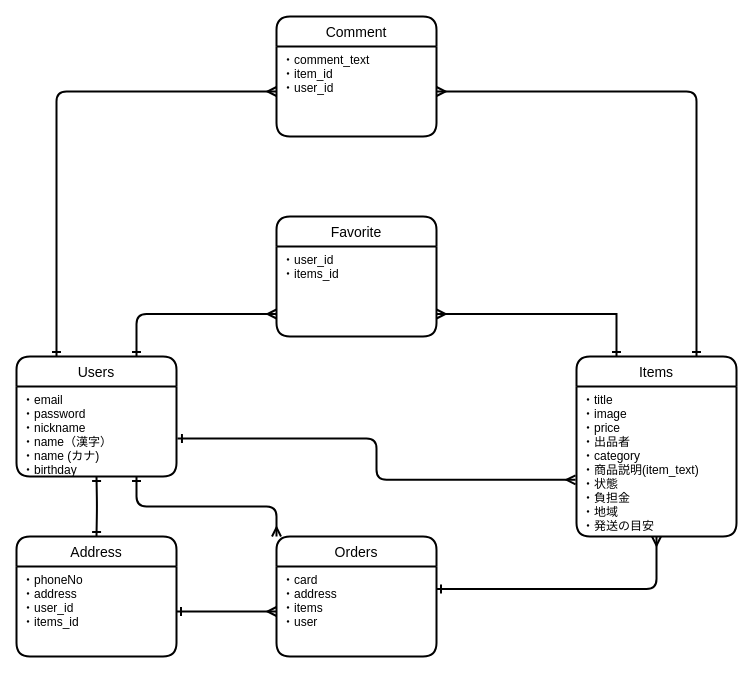
Earlier version of the draw.io diagram db.dio (zacky77-git/furima-32465). Source tidied: cells renumbered, new cells numbered last; positions are measured from the earlier drawing's top-left corner, leaving out a move shared by most shapes. Both pictures are drawn from the tidied source at 100%, with x=0, y=0 at pixel (16, 16).
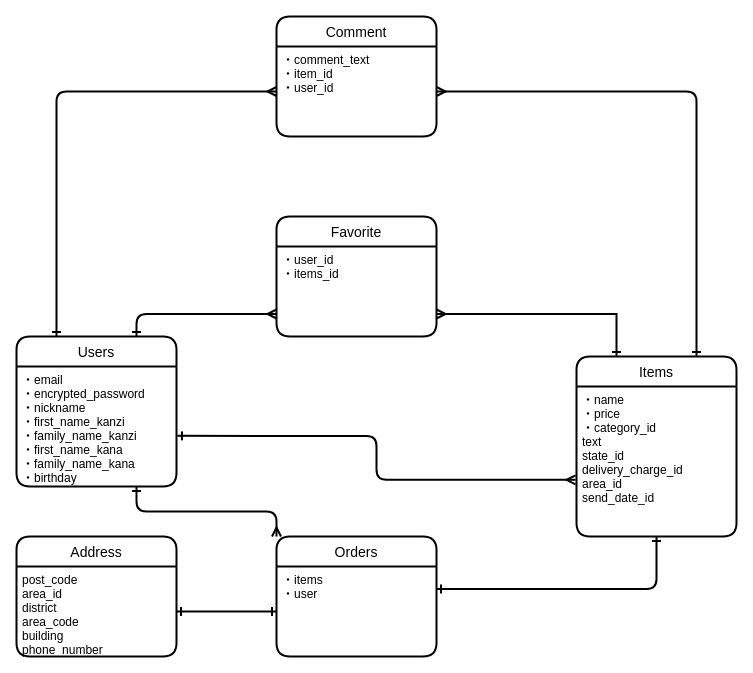
The same diagram, later.

Unchanged cells that the change refers to:
```xml
<mxCell id="8" value="Items" style="swimlane;horizontal=1;startSize=30;rounded=1;fontSize=14;fontStyle=0;strokeWidth=2;shadow=0;dashed=0;align=center;" parent="1" vertex="1">
  <mxGeometry x="560" y="340" width="160" height="180" as="geometry" />
</mxCell>
<mxCell id="10" value="Address" style="swimlane;horizontal=1;startSize=30;rounded=1;fontSize=14;fontStyle=0;strokeWidth=2;shadow=0;dashed=0;align=center;" parent="1" vertex="1">
  <mxGeometry y="520" width="160" height="120" as="geometry" />
</mxCell>
<mxCell id="12" value="Orders" style="swimlane;horizontal=1;startSize=30;rounded=1;fontSize=14;fontStyle=0;strokeWidth=2;shadow=0;dashed=0;align=center;" parent="1" vertex="1">
  <mxGeometry x="260" y="520" width="160" height="120" as="geometry" />
</mxCell>
```

Diff of the diagram source:
```diff
@@
     <mxCell id="4" value="Users" style="swimlane;horizontal=1;startSize=30;rounded=1;fontSize=14;fontStyle=0;strokeWidth=2;shadow=0;dashed=0;align=center;" parent="1" vertex="1">
-      <mxGeometry y="340" width="160" height="120" as="geometry" />
+      <mxGeometry y="320" width="160" height="150" as="geometry" />
     </mxCell>
-    <mxCell id="5" value="・email&#10;・password&#10;・nickname&#10;・name（漢字）&#10;・name (カナ)&#10;・birthday" style="align=left;strokeColor=none;fillColor=none;spacingLeft=4;fontSize=12;verticalAlign=top;" parent="4" vertex="1">
-      <mxGeometry y="30" width="160" height="90" as="geometry" />
+    <mxCell id="5" value="・email&#10;・encrypted_password&#10;・nickname&#10;・first_name_kanzi&#10;・family_name_kanzi&#10;・first_name_kana&#10;・family_name_kana&#10;・birthday" style="align=left;strokeColor=none;fillColor=none;spacingLeft=4;fontSize=12;verticalAlign=top;" parent="4" vertex="1">
+      <mxGeometry y="30" width="160" height="120" as="geometry" />
     </mxCell>
@@
-    <mxCell id="9" value="・title&#10;・image&#10;・price&#10;・出品者&#10;・category&#10;・商品説明(item_text)&#10;・状態&#10;・負担金&#10;・地域&#10;・発送の目安" style="align=left;strokeColor=none;fillColor=none;spacingLeft=4;fontSize=12;verticalAlign=top;" parent="8" vertex="1">
+    <mxCell id="9" value="・name&#10;・price &#10;・category_id&#10;text&#10;state_id&#10;delivery_charge_id&#10;area_id&#10;send_date_id" style="align=left;strokeColor=none;fillColor=none;spacingLeft=4;fontSize=12;verticalAlign=top;" parent="8" vertex="1">
       <mxGeometry y="30" width="160" height="150" as="geometry" />
     </mxCell>
@@
-    <mxCell id="11" value="・phoneNo&#10;・address&#10;・user_id&#10;・items_id" style="align=left;strokeColor=none;fillColor=none;spacingLeft=4;fontSize=12;verticalAlign=top;" parent="10" vertex="1">
+    <mxCell id="11" value="post_code&#10;area_id&#10;district&#10;area_code&#10;building&#10;phone_number &#10;" style="align=left;strokeColor=none;fillColor=none;spacingLeft=4;fontSize=12;verticalAlign=top;" parent="10" vertex="1">
       <mxGeometry y="30" width="160" height="90" as="geometry" />
     </mxCell>
@@
-    <mxCell id="13" value="・card&#10;・address&#10;・items&#10;・user" style="align=left;strokeColor=none;fillColor=none;spacingLeft=4;fontSize=12;verticalAlign=top;labelBackgroundColor=none;" parent="12" vertex="1">
+    <mxCell id="13" value="・items&#10;・user" style="align=left;strokeColor=none;fillColor=none;spacingLeft=4;fontSize=12;verticalAlign=top;labelBackgroundColor=none;" parent="12" vertex="1">
       <mxGeometry y="30" width="160" height="90" as="geometry" />
     </mxCell>
@@
-    <mxCell id="18" style="edgeStyle=orthogonalEdgeStyle;rounded=1;jettySize=auto;html=1;entryX=0.5;entryY=1;entryDx=0;entryDy=0;startArrow=ERone;startFill=0;endArrow=ERone;endFill=0;strokeWidth=2;" parent="1" edge="1" target="5">
-      <mxGeometry relative="1" as="geometry">
-        <mxPoint x="80" y="520" as="sourcePoint" />
-      </mxGeometry>
-    </mxCell>
-    <mxCell id="19" style="edgeStyle=orthogonalEdgeStyle;rounded=1;jettySize=auto;html=1;exitX=1;exitY=0.25;exitDx=0;exitDy=0;startArrow=ERone;startFill=0;endArrow=ERmany;endFill=0;strokeWidth=2;" parent="1" edge="1" source="13" target="9">
+    <mxCell id="19" style="edgeStyle=orthogonalEdgeStyle;rounded=1;jettySize=auto;html=1;exitX=1;exitY=0.25;exitDx=0;exitDy=0;startArrow=ERone;startFill=0;endArrow=ERone;endFill=0;strokeWidth=2;" parent="1" edge="1" source="13" target="9">
       <mxGeometry relative="1" as="geometry" />
     </mxCell>
-    <mxCell id="20" style="edgeStyle=orthogonalEdgeStyle;rounded=1;jettySize=auto;html=1;exitX=1;exitY=0.5;exitDx=0;exitDy=0;startArrow=ERone;startFill=0;endArrow=ERmany;endFill=0;strokeWidth=2;" parent="1" edge="1" source="11" target="13">
+    <mxCell id="20" style="edgeStyle=orthogonalEdgeStyle;rounded=1;jettySize=auto;html=1;exitX=1;exitY=0.5;exitDx=0;exitDy=0;startArrow=ERone;startFill=0;endArrow=ERone;endFill=0;strokeWidth=2;" parent="1" edge="1" source="11" target="13">
       <mxGeometry relative="1" as="geometry" />
     </mxCell>
```
